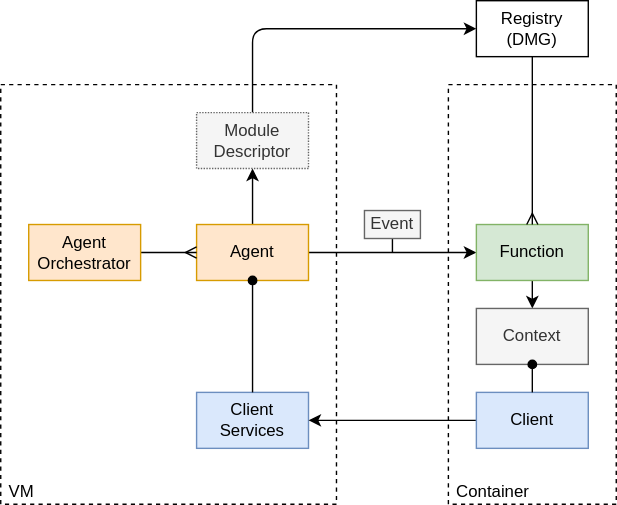
This is docs/docs/design/diagrams/remote-functions.drawio.svg from dxos/dxos, a draw.io export, as it was before one commit. Source tidied: cells renumbered, new cells last; positions are measured from the earlier drawing's top-left corner, leaving out a move shared by most shapes.
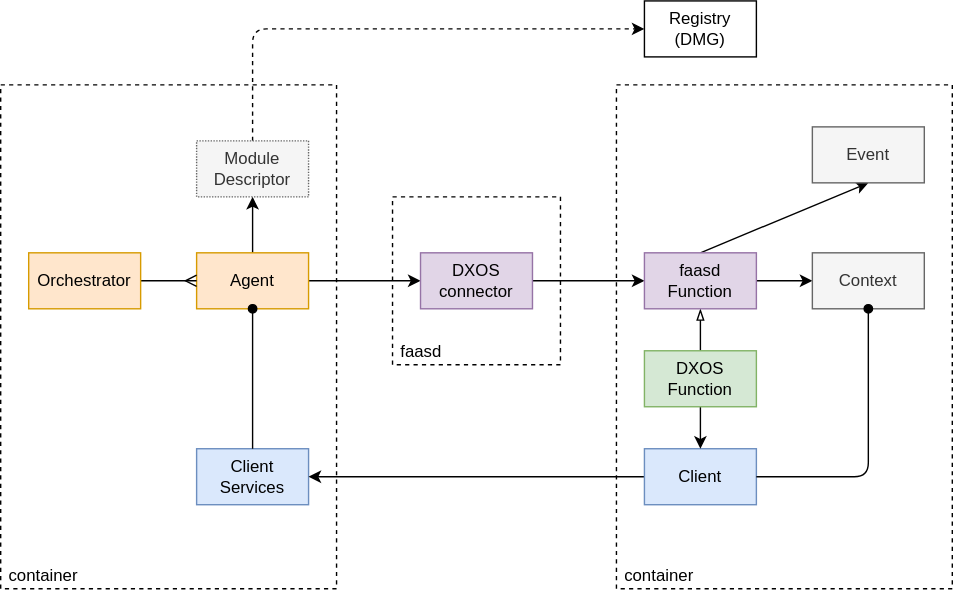
Above is the later version.

Change to the diagram source:
```diff
@@ -2,74 +2,91 @@
   <root>
     <mxCell id="0" />
     <mxCell id="1" parent="0" />
+    <mxCell id="23" value="container" style="rounded=0;whiteSpace=wrap;html=1;dashed=1;align=left;verticalAlign=bottom;spacingLeft=4;fillColor=default;" parent="1" vertex="1">
+      <mxGeometry x="360" y="40" width="240" height="360" as="geometry" />
+    </mxCell>
-    <mxCell id="2" value="VM" style="rounded=0;whiteSpace=wrap;html=1;dashed=1;align=left;verticalAlign=bottom;spacingLeft=4;fillColor=default;" parent="1" vertex="1">
-      <mxGeometry y="60" width="240" height="300" as="geometry" />
+    <mxCell id="2" value="container" style="rounded=0;whiteSpace=wrap;html=1;dashed=1;align=left;verticalAlign=bottom;spacingLeft=4;fillColor=default;" parent="1" vertex="1">
+      <mxGeometry x="-80" y="40" width="240" height="360" as="geometry" />
     </mxCell>
-    <mxCell id="3" value="Container" style="rounded=0;whiteSpace=wrap;html=1;dashed=1;align=left;verticalAlign=bottom;spacingLeft=4;" parent="1" vertex="1">
-      <mxGeometry x="320" y="60" width="120" height="300" as="geometry" />
+    <mxCell id="3" value="faasd" style="rounded=0;whiteSpace=wrap;html=1;dashed=1;align=left;verticalAlign=bottom;spacingLeft=4;" parent="1" vertex="1">
+      <mxGeometry x="200" y="120" width="120" height="120" as="geometry" />
     </mxCell>
-    <mxCell id="4" style="edgeStyle=none;html=1;entryX=0;entryY=0.5;entryDx=0;entryDy=0;endArrow=classic;endFill=1;" parent="1" edge="1" source="6" target="8">
+    <mxCell id="4" style="edgeStyle=none;html=1;entryX=0;entryY=0.5;entryDx=0;entryDy=0;endArrow=classic;endFill=1;" parent="1" edge="1" source="29" target="8">
       <mxGeometry relative="1" as="geometry" />
     </mxCell>
     <mxCell id="5" style="edgeStyle=none;html=1;exitX=0.5;exitY=0;exitDx=0;exitDy=0;startArrow=none;startFill=0;endArrow=classic;endFill=1;" parent="1" edge="1" source="6" target="12">
       <mxGeometry relative="1" as="geometry" />
     </mxCell>
+    <mxCell id="24" style="edgeStyle=none;html=1;exitX=1;exitY=0.5;exitDx=0;exitDy=0;endArrow=classic;endFill=1;" parent="1" edge="1" source="6" target="29">
+      <mxGeometry relative="1" as="geometry" />
+    </mxCell>
     <mxCell id="6" value="Agent" style="rounded=0;whiteSpace=wrap;html=1;fillColor=#ffe6cc;strokeColor=#d79b00;" parent="1" vertex="1">
-      <mxGeometry x="140" y="160" width="80" height="40" as="geometry" />
+      <mxGeometry x="60" y="160" width="80" height="40" as="geometry" />
     </mxCell>
-    <mxCell id="7" style="edgeStyle=none;html=1;exitX=0.5;exitY=1;exitDx=0;exitDy=0;" parent="1" edge="1" source="8" target="16">
+    <mxCell id="7" style="edgeStyle=none;html=1;" parent="1" edge="1" source="8" target="16">
       <mxGeometry relative="1" as="geometry" />
     </mxCell>
+    <mxCell id="25" style="edgeStyle=none;html=1;endArrow=none;endFill=0;startArrow=blockThin;startFill=0;" parent="1" edge="1" source="8" target="28">
+      <mxGeometry relative="1" as="geometry" />
+    </mxCell>
+    <mxCell id="26" style="edgeStyle=none;html=1;exitX=0.5;exitY=0;exitDx=0;exitDy=0;entryX=0.5;entryY=1;entryDx=0;entryDy=0;startArrow=none;startFill=0;endArrow=classic;endFill=1;" parent="1" edge="1" source="8" target="22">
+      <mxGeometry relative="1" as="geometry" />
+    </mxCell>
-    <mxCell id="8" value="Function" style="rounded=0;whiteSpace=wrap;html=1;fillColor=#d5e8d4;strokeColor=#82b366;" parent="1" vertex="1">
-      <mxGeometry x="340" y="160" width="80" height="40" as="geometry" />
+    <mxCell id="8" value="faasd&lt;br&gt;Function" style="rounded=0;whiteSpace=wrap;html=1;fillColor=#e1d5e7;strokeColor=#9673a6;" parent="1" vertex="1">
+      <mxGeometry x="380" y="160" width="80" height="40" as="geometry" />
     </mxCell>
     <mxCell id="9" style="edgeStyle=none;html=1;exitX=1;exitY=0.5;exitDx=0;exitDy=0;entryX=0;entryY=0.5;entryDx=0;entryDy=0;endArrow=ERmany;endFill=0;" parent="1" edge="1" source="10" target="6">
       <mxGeometry relative="1" as="geometry" />
     </mxCell>
-    <mxCell id="10" value="Agent&lt;br&gt;Orchestrator" style="rounded=0;whiteSpace=wrap;html=1;fillColor=#ffe6cc;strokeColor=#d79b00;" parent="1" vertex="1">
-      <mxGeometry x="20" y="160" width="80" height="40" as="geometry" />
+    <mxCell id="10" value="Orchestrator" style="rounded=0;whiteSpace=wrap;html=1;fillColor=#ffe6cc;strokeColor=#d79b00;" parent="1" vertex="1">
+      <mxGeometry x="-60" y="160" width="80" height="40" as="geometry" />
     </mxCell>
-    <mxCell id="11" style="edgeStyle=none;html=1;exitX=0.5;exitY=0;exitDx=0;exitDy=0;entryX=0;entryY=0.5;entryDx=0;entryDy=0;endArrow=classic;endFill=1;" parent="1" edge="1" source="12" target="14">
+    <mxCell id="11" style="edgeStyle=none;html=1;exitX=0.5;exitY=0;exitDx=0;exitDy=0;entryX=0;entryY=0.5;entryDx=0;entryDy=0;endArrow=classic;endFill=1;dashed=1;" parent="1" edge="1" source="12" target="14">
       <mxGeometry relative="1" as="geometry">
         <Array as="points">
-          <mxPoint x="180" y="20" />
+          <mxPoint x="100" />
         </Array>
       </mxGeometry>
     </mxCell>
     <mxCell id="12" value="Module&lt;br&gt;Descriptor" style="rounded=0;whiteSpace=wrap;html=1;fillColor=#f5f5f5;fontColor=#333333;strokeColor=#666666;dashed=1;dashPattern=1 1;" parent="1" vertex="1">
-      <mxGeometry x="140" y="80" width="80" height="40" as="geometry" />
+      <mxGeometry x="60" y="80" width="80" height="40" as="geometry" />
     </mxCell>
-    <mxCell id="13" style="edgeStyle=none;html=1;exitX=0.5;exitY=1;exitDx=0;exitDy=0;entryX=0.5;entryY=0;entryDx=0;entryDy=0;endArrow=ERmany;endFill=0;" parent="1" edge="1" source="14" target="8">
-      <mxGeometry relative="1" as="geometry" />
-    </mxCell>
     <mxCell id="14" value="Registry&lt;br&gt;(DMG)" style="rounded=0;whiteSpace=wrap;html=1;" parent="1" vertex="1">
-      <mxGeometry x="340" width="80" height="40" as="geometry" />
+      <mxGeometry x="380" y="-20" width="80" height="40" as="geometry" />
     </mxCell>
     <mxCell id="15" value="Client&lt;br&gt;Services" style="rounded=0;whiteSpace=wrap;html=1;fillColor=#dae8fc;strokeColor=#6c8ebf;" parent="1" vertex="1">
-      <mxGeometry x="140" y="280" width="80" height="40" as="geometry" />
+      <mxGeometry x="60" y="300" width="80" height="40" as="geometry" />
     </mxCell>
     <mxCell id="16" value="Context" style="rounded=0;whiteSpace=wrap;html=1;fillColor=#f5f5f5;fontColor=#333333;strokeColor=#666666;" parent="1" vertex="1">
-      <mxGeometry x="340" y="220" width="80" height="40" as="geometry" />
+      <mxGeometry x="500" y="160" width="80" height="40" as="geometry" />
     </mxCell>
     <mxCell id="17" style="edgeStyle=none;html=1;exitX=0;exitY=0.5;exitDx=0;exitDy=0;startArrow=none;startFill=0;endArrow=classic;endFill=1;" parent="1" edge="1" source="18" target="15">
       <mxGeometry relative="1" as="geometry" />
     </mxCell>
     <mxCell id="18" value="Client" style="rounded=0;whiteSpace=wrap;html=1;fillColor=#dae8fc;strokeColor=#6c8ebf;" parent="1" vertex="1">
-      <mxGeometry x="340" y="280" width="80" height="40" as="geometry" />
+      <mxGeometry x="380" y="300" width="80" height="40" as="geometry" />
     </mxCell>
     <mxCell id="19" style="edgeStyle=none;html=1;exitX=0.5;exitY=1;exitDx=0;exitDy=0;startArrow=oval;startFill=1;endArrow=none;endFill=0;" parent="1" edge="1" source="16" target="18">
-      <mxGeometry relative="1" as="geometry" />
+      <mxGeometry relative="1" as="geometry">
+        <Array as="points">
+          <mxPoint x="540" y="320" />
+        </Array>
+      </mxGeometry>
     </mxCell>
     <mxCell id="20" style="edgeStyle=none;html=1;exitX=0.5;exitY=1;exitDx=0;exitDy=0;startArrow=oval;startFill=1;endArrow=none;endFill=0;" parent="1" edge="1" source="6" target="15">
       <mxGeometry relative="1" as="geometry" />
     </mxCell>
-    <mxCell id="21" style="edgeStyle=none;html=1;exitX=0.5;exitY=1;exitDx=0;exitDy=0;endArrow=none;endFill=0;" parent="1" edge="1" source="22">
-      <mxGeometry relative="1" as="geometry">
-        <mxPoint x="280" y="180" as="targetPoint" />
-      </mxGeometry>
-    </mxCell>
+    <mxCell id="27" style="edgeStyle=none;html=1;exitX=0.5;exitY=1;exitDx=0;exitDy=0;entryX=0.5;entryY=0;entryDx=0;entryDy=0;endArrow=classic;endFill=1;" parent="1" edge="1" source="28" target="18">
+      <mxGeometry relative="1" as="geometry" />
+    </mxCell>
+    <mxCell id="28" value="DXOS&lt;br&gt;Function" style="rounded=0;whiteSpace=wrap;html=1;fillColor=#d5e8d4;strokeColor=#82b366;" parent="1" vertex="1">
+      <mxGeometry x="380" y="230" width="80" height="40" as="geometry" />
+    </mxCell>
+    <mxCell id="29" value="DXOS&lt;br&gt;connector" style="rounded=0;whiteSpace=wrap;html=1;fillColor=#e1d5e7;strokeColor=#9673a6;" parent="1" vertex="1">
+      <mxGeometry x="220" y="160" width="80" height="40" as="geometry" />
+    </mxCell>
     <mxCell id="22" value="Event" style="rounded=0;whiteSpace=wrap;html=1;fillColor=#f5f5f5;fontColor=#333333;strokeColor=#666666;" parent="1" vertex="1">
-      <mxGeometry x="260" y="150" width="40" height="20" as="geometry" />
+      <mxGeometry x="500" y="70" width="80" height="40" as="geometry" />
     </mxCell>
   </root>
 </mxGraphModel>
```
